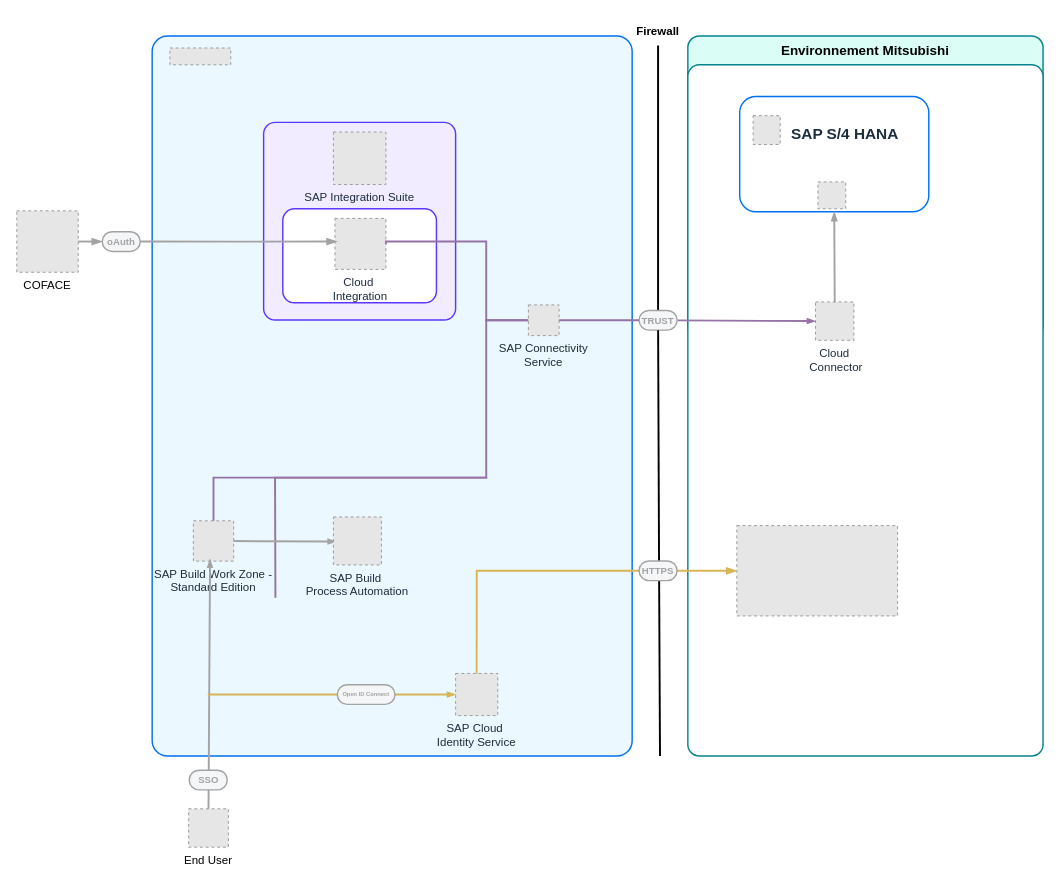
Above: page "Page-2" (2 of 2) of Workflow.drawio in MikaPaP/ArchiWorkflow (draw.io), before the change. Source tidied: cells renumbered, new cells numbered last; positions are measured from the earlier drawing's top-left corner, leaving out a move shared by most shapes. Both pictures are drawn from the tidied source at 96%, with x=0, y=0 at pixel (16, 16). Pictures stored in the file or linked from it are replaced by grey dashed boxes.
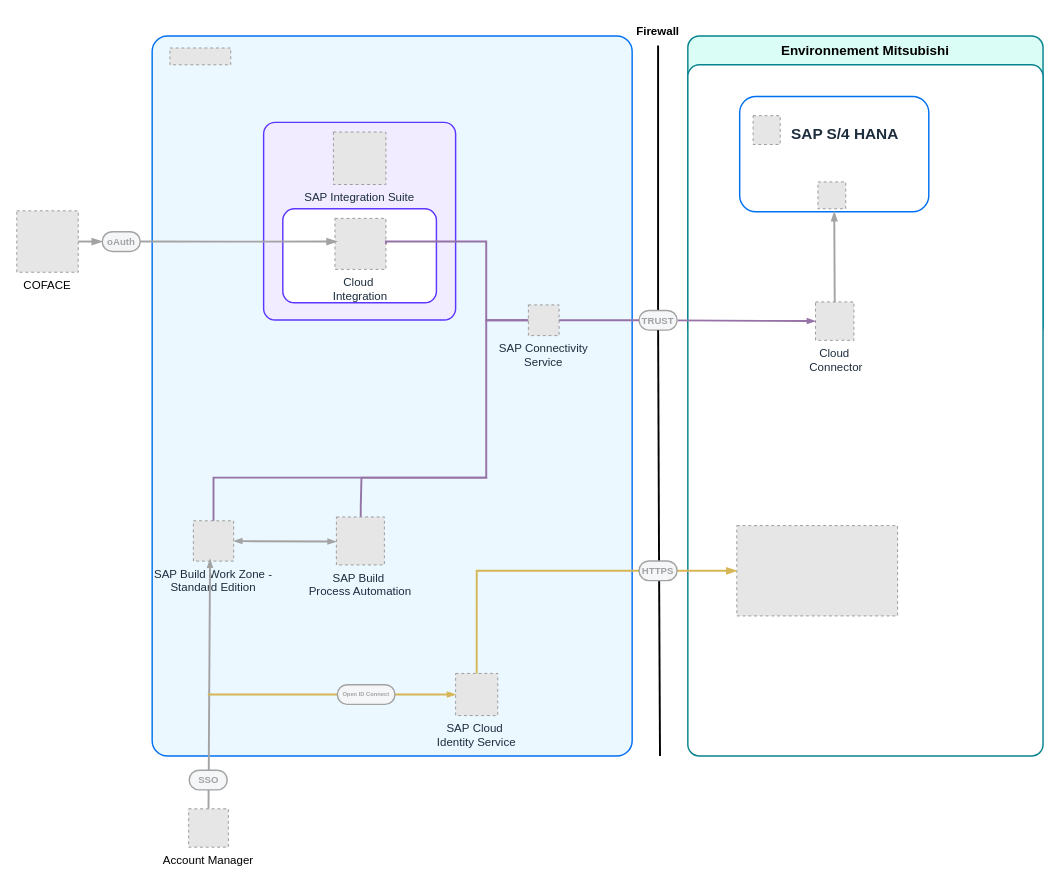
The same diagram, later.

Commit message:
Inegration suite et Process automation.drawio

Unchanged cells that the change refers to:
```xml
<mxCell id="11" style="group;" parent="10" vertex="1">
  <mxGeometry x="-10" width="390" height="720" as="geometry" />
</mxCell>
<mxCell id="14" value="SAP Build Work Zone -&#10;Standard Edition" style="fillColor=#E6E6E6;strokeColor=#999999;dashed=1;verticalLabelPosition=bottom;verticalAlign=top;fontStyle=0;fontSize=12;fontColor=#1D2D3E;" parent="11" vertex="1">
  <mxGeometry x="-67.1" y="475" width="42" height="42" as="geometry" />
</mxCell>
```

Change to the diagram source:
```diff
@@
-    <mxCell id="15" style="edgeStyle=orthogonalEdgeStyle;rounded=0;orthogonalLoop=1;jettySize=auto;html=1;entryX=0;entryY=0.5;entryDx=0;entryDy=0;entryPerimeter=0;strokeWidth=2;endArrow=none;endFill=0;strokeColor=#9673a6;exitX=0.516;exitY=0.016;exitDx=0;exitDy=0;exitPerimeter=0;fillColor=#e1d5e7;" parent="11" edge="1">
+    <mxCell id="15" style="edgeStyle=orthogonalEdgeStyle;rounded=0;jettySize=auto;html=1;entryX=0;entryY=0.5;entryDx=0;entryDy=0;entryPerimeter=0;strokeWidth=2;endArrow=none;endFill=0;strokeColor=#9673a6;exitX=0.507;exitY=0.034;exitDx=0;exitDy=0;exitPerimeter=0;fillColor=#e1d5e7;" parent="11" edge="1" source="29">
       <mxGeometry relative="1" as="geometry">
-        <mxPoint x="18.4" y="555.2" as="sourcePoint" />
         <mxPoint x="280.9" y="266.1" as="targetPoint" />
         <Array as="points">
-          <mxPoint x="18" y="553" />
-          <mxPoint x="18" y="430" />
+          <mxPoint x="107" y="460" />
+          <mxPoint x="108" y="460" />
+          <mxPoint x="108" y="430" />
           <mxPoint x="238" y="430" />
           <mxPoint x="238" y="266" />
         </Array>
       </mxGeometry>
     </mxCell>
-    <mxCell id="16" style="endArrow=blockThin;html=1;rounded=0;entryX=0.013;entryY=0.144;entryDx=0;entryDy=0;strokeColor=#A3A3A3;strokeWidth=2;endFill=1;endSize=4;startSize=4;entryPerimeter=0;" parent="11" edge="1" source="14">
+    <mxCell id="16" style="endArrow=blockThin;html=1;rounded=0;entryX=0.013;entryY=0.144;entryDx=0;entryDy=0;strokeColor=#A3A3A3;strokeWidth=2;endFill=1;endSize=4;startSize=4;entryPerimeter=0;startArrow=blockThin;startFill=1;" parent="11" edge="1" source="14">
       <mxGeometry relative="1" as="geometry">
         <mxPoint x="81.7" y="496.7" as="targetPoint" />
       </mxGeometry>
     </mxCell>
@@
     <mxCell id="29" value="SAP Build &#10;Process Automation" style="fillColor=#E6E6E6;strokeColor=#999999;dashed=1;verticalLabelPosition=bottom;verticalAlign=top;fontStyle=0;fontSize=12;fontColor=#1D2D3E;" parent="11" vertex="1">
-      <mxGeometry x="78.8" y="471" width="50" height="50" as="geometry" />
+      <mxGeometry x="81.9" y="471" width="50" height="50" as="geometry" />
     </mxCell>
@@
-    <mxCell id="39" value="End User" style="fillColor=#E6E6E6;strokeColor=#999999;dashed=1;verticalLabelPosition=bottom;verticalAlign=top;" parent="1" vertex="1">
+    <mxCell id="39" value="Account Manager" style="fillColor=#E6E6E6;strokeColor=#999999;dashed=1;verticalLabelPosition=bottom;verticalAlign=top;" parent="1" vertex="1">
       <mxGeometry x="179" y="825" width="41.4" height="40" as="geometry" />
     </mxCell>
```
